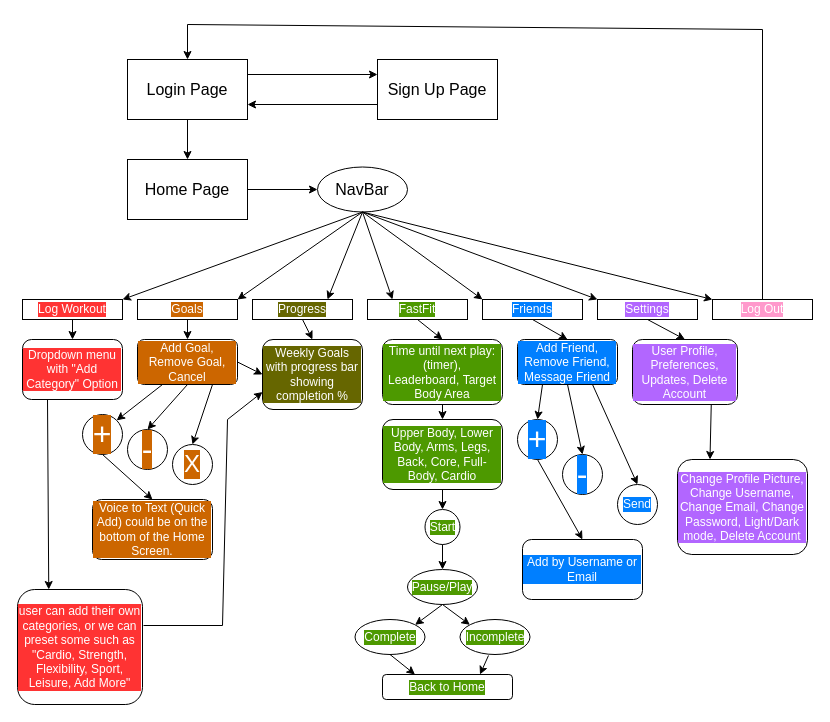
This is Diagram.drawio from dLavn/Capstone-Project-USF, a draw.io file, before an edit. Source tidied: cells renumbered, new cells numbered last; positions are measured from the earlier drawing's top-left corner, leaving out a move shared by most shapes. Both pictures are drawn from the tidied source at 100%, with x=0, y=0 at pixel (17, 24).
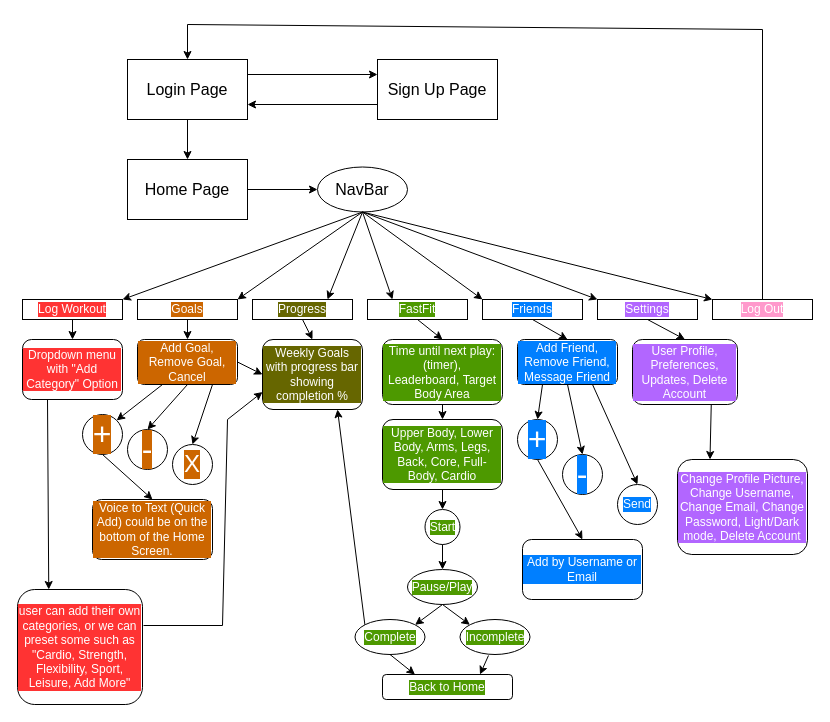
Above is the later version.

Unchanged cells that the change refers to:
```xml
<mxCell id="34" value="Weekly Goals with progress bar showing completion %" style="rounded=1;whiteSpace=wrap;html=1;fontColor=#FFFFFF;labelBackgroundColor=#666600;" parent="1" vertex="1">
  <mxGeometry x="245" y="315" width="100" height="70" as="geometry" />
</mxCell>
<mxCell id="58" value="Complete" style="ellipse;whiteSpace=wrap;html=1;fontColor=#FFFFFF;labelBackgroundColor=#4D9900;" parent="1" vertex="1">
  <mxGeometry x="337.5" y="595" width="70" height="35" as="geometry" />
</mxCell>
```

The edit, as a diff of the source:
```diff
@@
+    <mxCell id="72" style="endArrow=classic;html=1;rounded=0;exitX=0;exitY=0;exitDx=0;exitDy=0;entryX=0.75;entryY=1;entryDx=0;entryDy=0;" parent="1" edge="1" source="58" target="34">
+      <mxGeometry relative="1" as="geometry" />
+    </mxCell>
```
